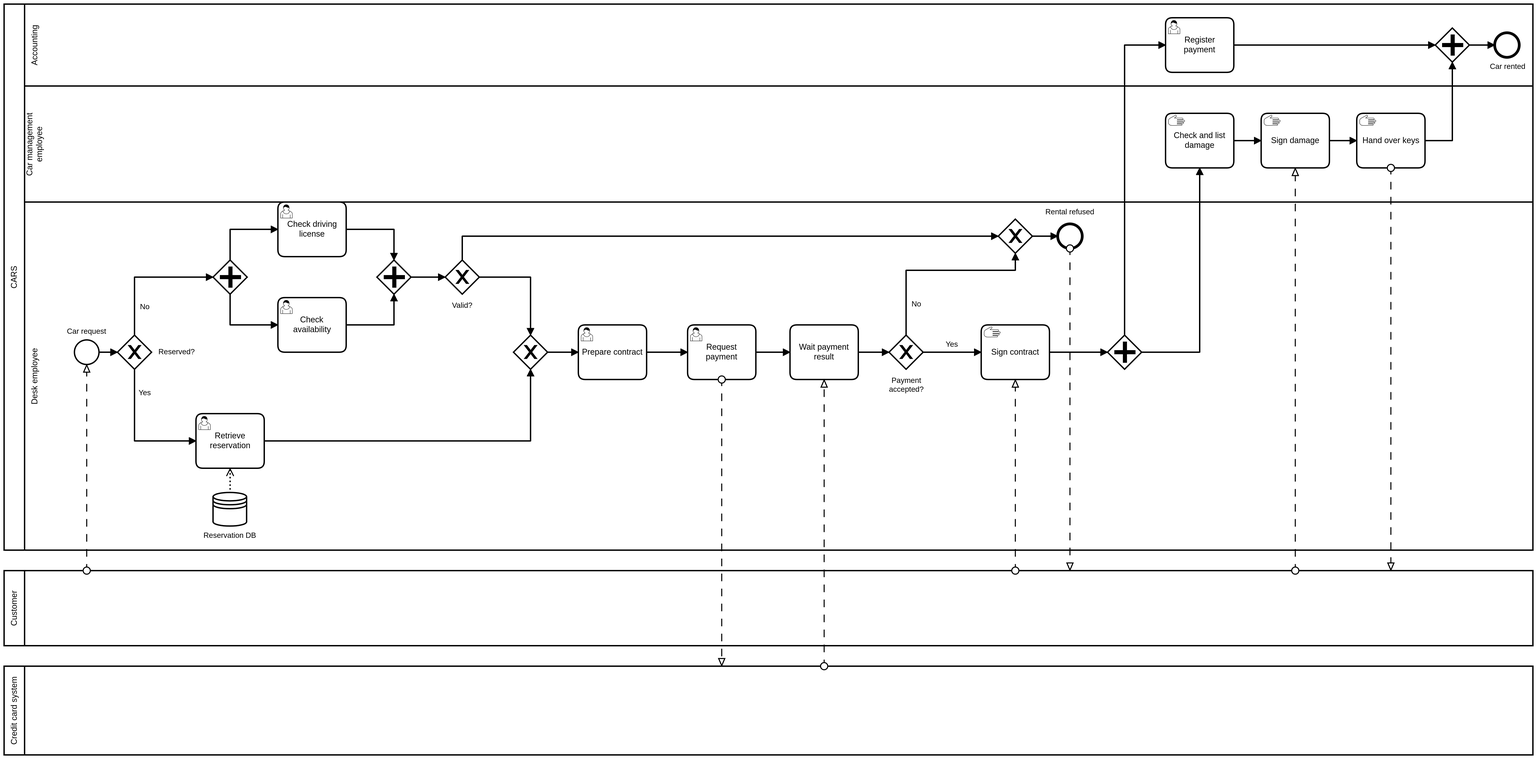
This is car_rental/models/checkout_process_as_is.png from franco-ruggeri/polito-information-systems, a BPMN export, as it was before one commit. Its source is kept beside it as car_rental/models/checkout_process_as_is.bpmn. Ids are renumbered.
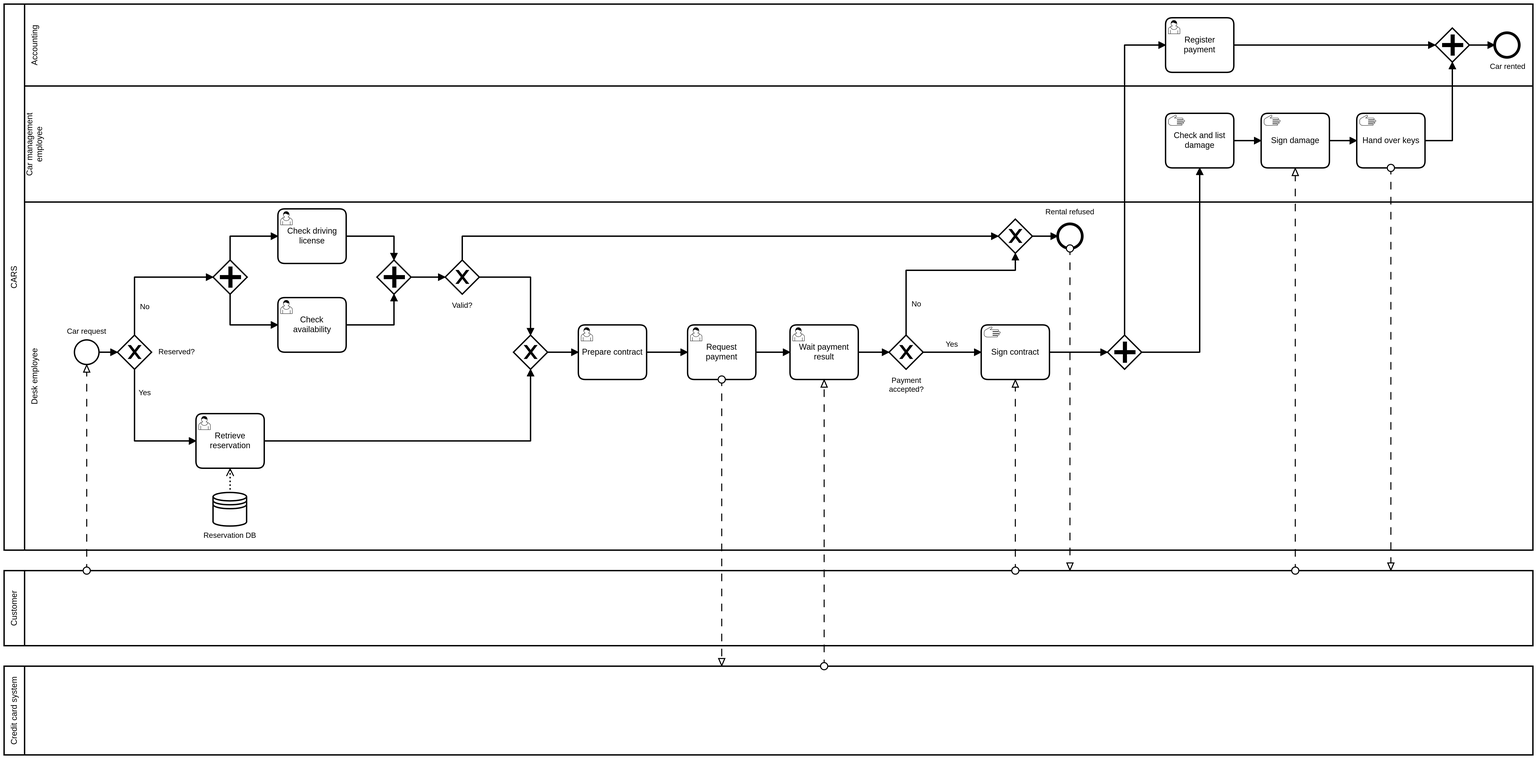
Above is the later version.

Diff of the diagram source:
```diff
@@ -23,7 +23,6 @@
         <bpmn:flowNodeRef>Activity_n29</bpmn:flowNodeRef>
         <bpmn:flowNodeRef>Activity_n14</bpmn:flowNodeRef>
         <bpmn:flowNodeRef>Gateway_n30</bpmn:flowNodeRef>
-        <bpmn:flowNodeRef>Activity_n31</bpmn:flowNodeRef>
         <bpmn:flowNodeRef>Gateway_n32</bpmn:flowNodeRef>
         <bpmn:flowNodeRef>Gateway_n33</bpmn:flowNodeRef>
         <bpmn:flowNodeRef>Gateway_n34</bpmn:flowNodeRef>
@@ -31,6 +30,7 @@
         <bpmn:flowNodeRef>Activity_n16</bpmn:flowNodeRef>
         <bpmn:flowNodeRef>Gateway_n35</bpmn:flowNodeRef>
         <bpmn:flowNodeRef>Gateway_n36</bpmn:flowNodeRef>
+        <bpmn:flowNodeRef>Activity_n31</bpmn:flowNodeRef>
         <bpmn:flowNodeRef>Activity_n22</bpmn:flowNodeRef>
       </bpmn:lane>
       <bpmn:lane id="Lane_n37" name="Car management&#10;employee">
@@ -84,10 +84,6 @@
       <bpmn:outgoing>Flow_n49</bpmn:outgoing>
       <bpmn:outgoing>Flow_n56</bpmn:outgoing>
     </bpmn:parallelGateway>
-    <bpmn:userTask id="Activity_n31" name="Check driving license">
-      <bpmn:incoming>Flow_n56</bpmn:incoming>
-      <bpmn:outgoing>Flow_n57</bpmn:outgoing>
-    </bpmn:userTask>
     <bpmn:parallelGateway id="Gateway_n32">
       <bpmn:incoming>Flow_n57</bpmn:incoming>
       <bpmn:incoming>Flow_n50</bpmn:incoming>
@@ -170,10 +166,14 @@
     <bpmn:sequenceFlow id="Flow_n69" name="Yes" sourceRef="Gateway_n36" targetRef="Activity_n16" />
     <bpmn:sequenceFlow id="Flow_n70" name="No" sourceRef="Gateway_n36" targetRef="Gateway_n35" />
     <bpmn:sequenceFlow id="Flow_n71" sourceRef="Activity_n22" targetRef="Gateway_n36" />
-    <bpmn:task id="Activity_n22" name="Wait payment result">
+    <bpmn:userTask id="Activity_n31" name="Check driving license">
+      <bpmn:incoming>Flow_n56</bpmn:incoming>
+      <bpmn:outgoing>Flow_n57</bpmn:outgoing>
+    </bpmn:userTask>
+    <bpmn:userTask id="Activity_n22" name="Wait payment result">
       <bpmn:incoming>Flow_n55</bpmn:incoming>
       <bpmn:outgoing>Flow_n71</bpmn:outgoing>
-    </bpmn:task>
+    </bpmn:userTask>
   </bpmn:process>
   <bpmn:process id="Process_n8" isExecutable="true" />
   <bpmndi:BPMNDiagram id="BPMNDiagram_1">
@@ -252,12 +252,12 @@
       </bpmndi:BPMNEdge>
       <bpmndi:BPMNEdge id="Flow_n56_di" bpmnElement="Flow_n56">
         <di:waypoint x="460" y="435" />
-        <di:waypoint x="460" y="390" />
-        <di:waypoint x="530" y="390" />
+        <di:waypoint x="460" y="400" />
+        <di:waypoint x="530" y="400" />
       </bpmndi:BPMNEdge>
       <bpmndi:BPMNEdge id="Flow_n57_di" bpmnElement="Flow_n57">
-        <di:waypoint x="630" y="390" />
-        <di:waypoint x="700" y="390" />
+        <di:waypoint x="630" y="400" />
+        <di:waypoint x="700" y="400" />
         <di:waypoint x="700" y="435" />
       </bpmndi:BPMNEdge>
       <bpmndi:BPMNEdge id="Flow_n58_di" bpmnElement="Flow_n58">
@@ -353,9 +353,6 @@
       <bpmndi:BPMNShape id="Gateway_084x5yn_di" bpmnElement="Gateway_n30">
         <dc:Bounds x="435" y="435" width="50" height="50" />
       </bpmndi:BPMNShape>
-      <bpmndi:BPMNShape id="Activity_08knq81_di" bpmnElement="Activity_n31">
-        <dc:Bounds x="530" y="350" width="100" height="80" />
-      </bpmndi:BPMNShape>
       <bpmndi:BPMNShape id="Gateway_0w6cq68_di" bpmnElement="Gateway_n32">
         <dc:Bounds x="675" y="435" width="50" height="50" />
       </bpmndi:BPMNShape>
@@ -413,7 +410,10 @@
           <dc:Bounds x="1425" y="605" width="51" height="27" />
         </bpmndi:BPMNLabel>
       </bpmndi:BPMNShape>
-      <bpmndi:BPMNShape id="Activity_n22_di" bpmnElement="Activity_n22">
+      <bpmndi:BPMNShape id="Activity_08knq81_di" bpmnElement="Activity_n31">
+        <dc:Bounds x="530" y="360" width="100" height="80" />
+      </bpmndi:BPMNShape>
+      <bpmndi:BPMNShape id="Activity_1lsoy9z_di" bpmnElement="Activity_n22">
         <dc:Bounds x="1280" y="530" width="100" height="80" />
       </bpmndi:BPMNShape>
       <bpmndi:BPMNShape id="Participant_n7_di" bpmnElement="Participant_n7" isHorizontal="true">
```
